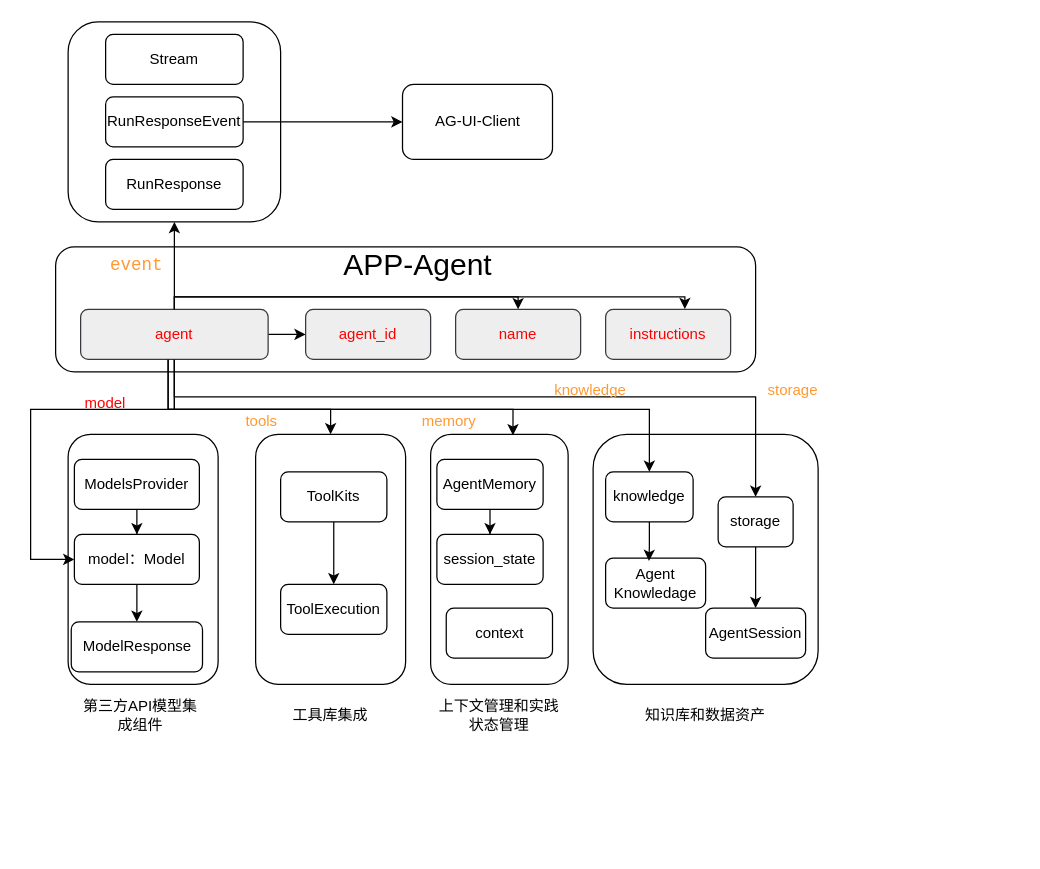
The draw.io diagram page "第 1 页" (1 of 2) of agno_agent_core.drawio in paleblackless/diagrams, before the edit. Source tidied: cells renumbered, new cells numbered last; positions are measured from the earlier drawing's top-left corner, leaving out a move shared by most shapes. Both pictures are drawn from the tidied source at 125%, with x=0, y=0 at pixel (30, 21).
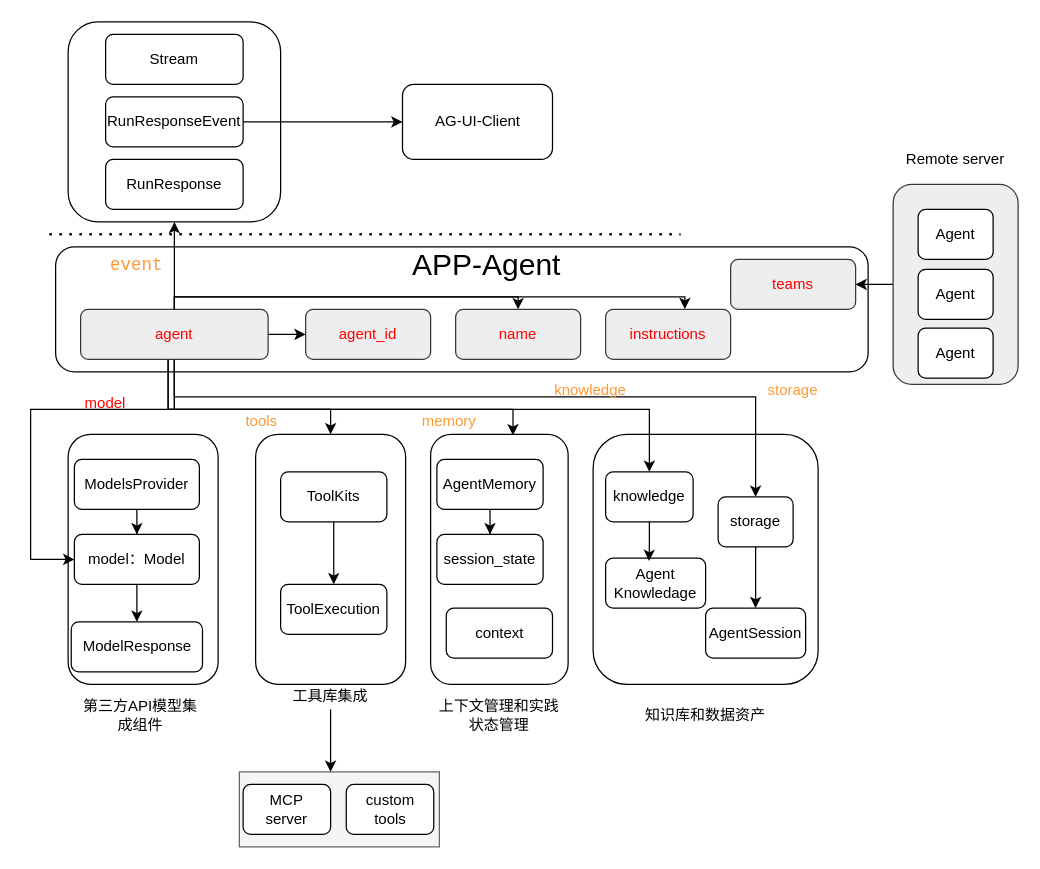
The same page after the edit.

What changed in the source:
```diff
@@
+    <mxCell id="55" style="rounded=0;whiteSpace=wrap;html=1;fillColor=#f5f5f5;fontColor=#333333;strokeColor=#666666;" parent="1" vertex="1">
+      <mxGeometry x="167" y="600" width="160" height="60" as="geometry" />
+    </mxCell>
@@
     <mxCell id="3" style="rounded=1;whiteSpace=wrap;html=1;" parent="1" vertex="1">
-      <mxGeometry x="20" y="180" width="560" height="100" as="geometry" />
+      <mxGeometry x="20" y="180" width="650" height="100" as="geometry" />
     </mxCell>
     <mxCell id="4" value="&lt;font style=&quot;font-size: 24px;&quot;&gt;APP-Agent&lt;/font&gt;" style="text;html=1;align=center;verticalAlign=middle;whiteSpace=wrap;rounded=0;" parent="1" vertex="1">
-      <mxGeometry x="230" y="180" width="160" height="30" as="geometry" />
+      <mxGeometry x="285" y="180" width="160" height="30" as="geometry" />
     </mxCell>
@@
+    <mxCell id="56" style="edgeStyle=orthogonalEdgeStyle;rounded=0;jettySize=auto;html=1;entryX=0.456;entryY=0;entryDx=0;entryDy=0;entryPerimeter=0;" parent="1" edge="1" source="25" target="55">
+      <mxGeometry relative="1" as="geometry" />
+    </mxCell>
     <mxCell id="25" value="工具库集成" style="text;html=1;align=center;verticalAlign=middle;whiteSpace=wrap;rounded=0;" parent="1" vertex="1">
-      <mxGeometry x="190" y="540" width="100" height="30" as="geometry" />
+      <mxGeometry x="190" y="530" width="100" height="20" as="geometry" />
     </mxCell>
@@
+    <mxCell id="57" value="&lt;font style=&quot;color: rgb(255, 0, 0);&quot;&gt;teams&lt;/font&gt;" style="rounded=1;whiteSpace=wrap;html=1;fillColor=#eeeeee;strokeColor=#36393d;" parent="1" vertex="1">
+      <mxGeometry x="560" y="190" width="100" height="40" as="geometry" />
+    </mxCell>
+    <mxCell id="58" style="edgeStyle=orthogonalEdgeStyle;rounded=0;jettySize=auto;html=1;" parent="1" edge="1" source="59" target="57">
+      <mxGeometry relative="1" as="geometry" />
+    </mxCell>
+    <mxCell id="59" style="rounded=1;whiteSpace=wrap;html=1;fillColor=#eeeeee;strokeColor=#36393d;" parent="1" vertex="1">
+      <mxGeometry x="690" y="130" width="100" height="160" as="geometry" />
+    </mxCell>
+    <mxCell id="60" value="Agent" style="rounded=1;whiteSpace=wrap;html=1;" parent="1" vertex="1">
+      <mxGeometry x="710" y="150" width="60" height="40" as="geometry" />
+    </mxCell>
+    <mxCell id="61" value="Agent" style="rounded=1;whiteSpace=wrap;html=1;" parent="1" vertex="1">
+      <mxGeometry x="710" y="198" width="60" height="40" as="geometry" />
+    </mxCell>
+    <mxCell id="62" value="Agent" style="rounded=1;whiteSpace=wrap;html=1;" parent="1" vertex="1">
+      <mxGeometry x="710" y="245" width="60" height="40" as="geometry" />
+    </mxCell>
+    <mxCell id="63" value="Remote server" style="text;html=1;align=center;verticalAlign=middle;whiteSpace=wrap;rounded=0;" parent="1" vertex="1">
+      <mxGeometry x="695" y="100" width="90" height="20" as="geometry" />
+    </mxCell>
+    <mxCell id="64" value="MCP &lt;br&gt;server" style="rounded=1;whiteSpace=wrap;html=1;" parent="1" vertex="1">
+      <mxGeometry x="170" y="610" width="70" height="40" as="geometry" />
+    </mxCell>
+    <mxCell id="65" value="custom&lt;br&gt;tools" style="rounded=1;whiteSpace=wrap;html=1;" parent="1" vertex="1">
+      <mxGeometry x="252.5" y="610" width="70" height="40" as="geometry" />
+    </mxCell>
+    <mxCell id="66" style="endArrow=none;dashed=1;html=1;dashPattern=1 3;strokeWidth=2;rounded=0;" parent="1" edge="1">
+      <mxGeometry relative="1" as="geometry">
+        <mxPoint x="15" y="169.8" as="sourcePoint" />
+        <mxPoint x="520" y="170" as="targetPoint" />
+      </mxGeometry>
+    </mxCell>
```
